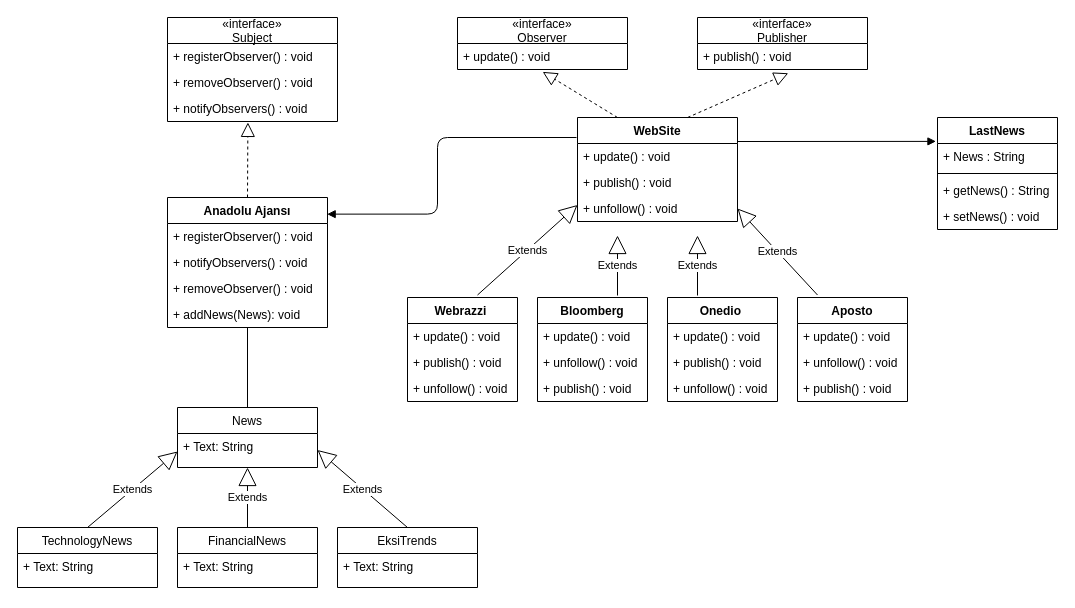
Earlier version of the draw.io diagram observer-pattern/observerpattern.drawio (solmazumut/Design-Patterns). Source tidied: cells renumbered, new cells numbered last; positions are measured from the earlier drawing's top-left corner, leaving out a move shared by most shapes. Both pictures are drawn from the tidied source at 100%, with x=0, y=0 at pixel (17, 17).
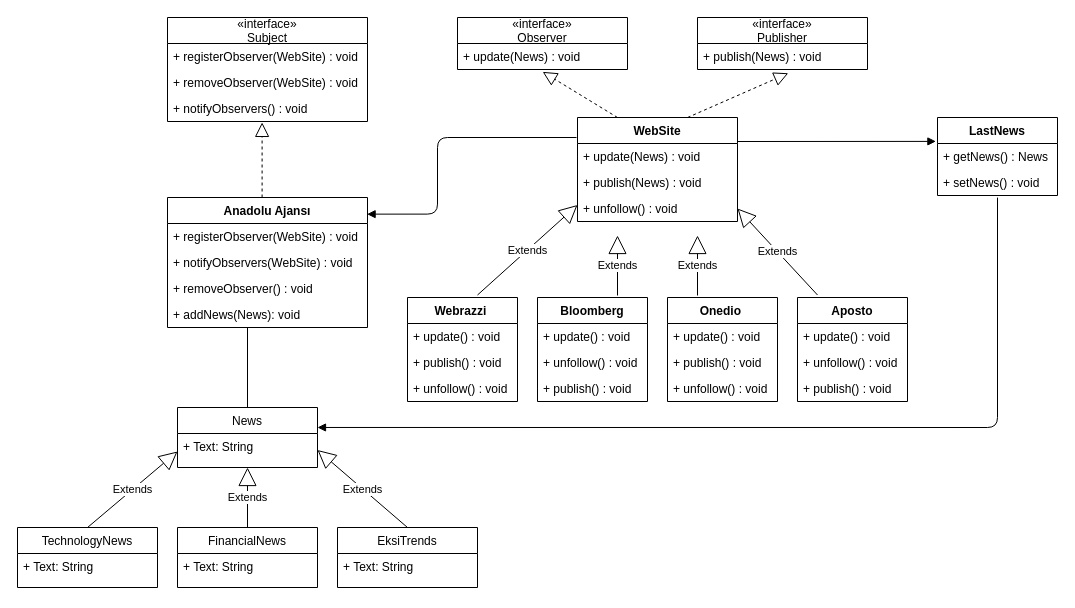
The same page after the edit.

Unchanged cells that the change refers to:
```xml
<mxCell id="2" value="News" style="swimlane;fontStyle=0;horizontal=1;startSize=26;fillColor=none;" parent="1" vertex="1">
  <mxGeometry x="160" y="390" width="140" height="60" as="geometry" />
</mxCell>
<mxCell id="15" value="«interface»&#10;Observer" style="swimlane;fontStyle=0;horizontal=1;startSize=26;fillColor=none;" parent="1" vertex="1">
  <mxGeometry x="440" width="170" height="52" as="geometry" />
</mxCell>
<mxCell id="25" value="«interface»&#10;Publisher" style="swimlane;fontStyle=0;horizontal=1;startSize=26;fillColor=none;" parent="1" vertex="1">
  <mxGeometry x="680" width="170" height="52" as="geometry" />
</mxCell>
<mxCell id="27" value="WebSite" style="swimlane;fontStyle=1;align=center;verticalAlign=top;horizontal=1;startSize=26;" parent="1" vertex="1">
  <mxGeometry x="560" y="100" width="160" height="104" as="geometry" />
</mxCell>
```

What changed in the source:
```diff
@@
     <mxCell id="11" value="«interface»&#10;Subject" style="swimlane;fontStyle=0;horizontal=1;startSize=26;fillColor=none;" parent="1" vertex="1">
-      <mxGeometry x="150" width="170" height="104" as="geometry" />
+      <mxGeometry x="150" width="200" height="104" as="geometry" />
     </mxCell>
-    <mxCell id="12" value="+ registerObserver() : void" style="text;strokeColor=none;fillColor=none;align=left;verticalAlign=top;spacingLeft=4;spacingRight=4;overflow=hidden;" parent="11" vertex="1">
-      <mxGeometry y="26" width="170" height="26" as="geometry" />
+    <mxCell id="12" value="+ registerObserver(WebSite) : void" style="text;strokeColor=none;fillColor=none;align=left;verticalAlign=top;spacingLeft=4;spacingRight=4;overflow=hidden;" parent="11" vertex="1">
+      <mxGeometry y="26" width="200" height="26" as="geometry" />
     </mxCell>
-    <mxCell id="13" value="+ removeObserver() : void" style="text;strokeColor=none;fillColor=none;align=left;verticalAlign=top;spacingLeft=4;spacingRight=4;overflow=hidden;" parent="11" vertex="1">
-      <mxGeometry y="52" width="170" height="26" as="geometry" />
+    <mxCell id="13" value="+ removeObserver(WebSite) : void" style="text;strokeColor=none;fillColor=none;align=left;verticalAlign=top;spacingLeft=4;spacingRight=4;overflow=hidden;" parent="11" vertex="1">
+      <mxGeometry y="52" width="200" height="26" as="geometry" />
     </mxCell>
     <mxCell id="14" value="+ notifyObservers() : void" style="text;strokeColor=none;fillColor=none;align=left;verticalAlign=top;spacingLeft=4;spacingRight=4;overflow=hidden;points=[[0,0.5],[1,0.5]];portConstraint=eastwest;" parent="11" vertex="1">
-      <mxGeometry y="78" width="170" height="26" as="geometry" />
+      <mxGeometry y="78" width="200" height="26" as="geometry" />
     </mxCell>
@@
-    <mxCell id="16" value="+ update() : void" style="text;strokeColor=none;fillColor=none;align=left;verticalAlign=top;spacingLeft=4;spacingRight=4;overflow=hidden;points=[[0,0.5],[1,0.5]];portConstraint=eastwest;" parent="15" vertex="1">
+    <mxCell id="16" value="+ update(News) : void" style="text;strokeColor=none;fillColor=none;align=left;verticalAlign=top;spacingLeft=4;spacingRight=4;overflow=hidden;points=[[0,0.5],[1,0.5]];portConstraint=eastwest;" parent="15" vertex="1">
       <mxGeometry y="26" width="170" height="26" as="geometry" />
     </mxCell>
     <mxCell id="17" value="Anadolu Ajansı" style="swimlane;fontStyle=1;align=center;verticalAlign=top;horizontal=1;startSize=26;" parent="1" vertex="1">
-      <mxGeometry x="150" y="180" width="160" height="130" as="geometry" />
+      <mxGeometry x="150" y="180" width="200" height="130" as="geometry" />
     </mxCell>
-    <mxCell id="18" value="+ registerObserver() : void" style="text;strokeColor=none;fillColor=none;align=left;verticalAlign=top;spacingLeft=4;spacingRight=4;overflow=hidden;" parent="17" vertex="1">
-      <mxGeometry y="26" width="160" height="26" as="geometry" />
+    <mxCell id="18" value="+ registerObserver(WebSite) : void" style="text;strokeColor=none;fillColor=none;align=left;verticalAlign=top;spacingLeft=4;spacingRight=4;overflow=hidden;" parent="17" vertex="1">
+      <mxGeometry y="26" width="200" height="26" as="geometry" />
     </mxCell>
-    <mxCell id="19" value="+ notifyObservers() : void" style="text;strokeColor=none;fillColor=none;align=left;verticalAlign=top;spacingLeft=4;spacingRight=4;overflow=hidden;" parent="17" vertex="1">
-      <mxGeometry y="52" width="160" height="26" as="geometry" />
+    <mxCell id="19" value="+ notifyObservers(WebSite) : void" style="text;strokeColor=none;fillColor=none;align=left;verticalAlign=top;spacingLeft=4;spacingRight=4;overflow=hidden;" parent="17" vertex="1">
+      <mxGeometry y="52" width="200" height="26" as="geometry" />
     </mxCell>
     <mxCell id="20" value="+ removeObserver() : void" style="text;strokeColor=none;fillColor=none;align=left;verticalAlign=top;spacingLeft=4;spacingRight=4;overflow=hidden;" parent="17" vertex="1">
-      <mxGeometry y="78" width="160" height="26" as="geometry" />
+      <mxGeometry y="78" width="200" height="26" as="geometry" />
     </mxCell>
     <mxCell id="21" value="+ addNews(News): void" style="text;strokeColor=none;fillColor=none;align=left;verticalAlign=top;spacingLeft=4;spacingRight=4;overflow=hidden;" parent="17" vertex="1">
-      <mxGeometry y="104" width="160" height="26" as="geometry" />
+      <mxGeometry y="104" width="200" height="26" as="geometry" />
     </mxCell>
@@
-    <mxCell id="24" style="endArrow=block;dashed=1;endFill=0;endSize=12;html=1;exitX=0.5;exitY=0;exitDx=0;exitDy=0;entryX=0.473;entryY=1.035;entryDx=0;entryDy=0;entryPerimeter=0;" parent="1" edge="1" source="17" target="14">
+    <mxCell id="24" style="endArrow=block;dashed=1;endFill=0;endSize=12;html=1;exitX=0.473;exitY=0;exitDx=0;exitDy=0;entryX=0.473;entryY=1.035;entryDx=0;entryDy=0;entryPerimeter=0;exitPerimeter=0;" parent="1" edge="1" source="17" target="14">
       <mxGeometry relative="1" as="geometry" />
     </mxCell>
@@
-    <mxCell id="26" value="+ publish() : void" style="text;strokeColor=none;fillColor=none;align=left;verticalAlign=top;spacingLeft=4;spacingRight=4;overflow=hidden;points=[[0,0.5],[1,0.5]];portConstraint=eastwest;" parent="25" vertex="1">
+    <mxCell id="26" value="+ publish(News) : void" style="text;strokeColor=none;fillColor=none;align=left;verticalAlign=top;spacingLeft=4;spacingRight=4;overflow=hidden;points=[[0,0.5],[1,0.5]];portConstraint=eastwest;" parent="25" vertex="1">
       <mxGeometry y="26" width="170" height="26" as="geometry" />
     </mxCell>
@@
-    <mxCell id="28" value="+ update() : void" style="text;strokeColor=none;fillColor=none;align=left;verticalAlign=top;spacingLeft=4;spacingRight=4;overflow=hidden;" parent="27" vertex="1">
+    <mxCell id="28" value="+ update(News) : void" style="text;strokeColor=none;fillColor=none;align=left;verticalAlign=top;spacingLeft=4;spacingRight=4;overflow=hidden;" parent="27" vertex="1">
       <mxGeometry y="26" width="160" height="26" as="geometry" />
     </mxCell>
-    <mxCell id="29" value="+ publish() : void" style="text;strokeColor=none;fillColor=none;align=left;verticalAlign=top;spacingLeft=4;spacingRight=4;overflow=hidden;" parent="27" vertex="1">
+    <mxCell id="29" value="+ publish(News) : void" style="text;strokeColor=none;fillColor=none;align=left;verticalAlign=top;spacingLeft=4;spacingRight=4;overflow=hidden;" parent="27" vertex="1">
       <mxGeometry y="52" width="160" height="26" as="geometry" />
     </mxCell>
@@
     <mxCell id="55" value="LastNews" style="swimlane;fontStyle=1;align=center;verticalAlign=top;horizontal=1;startSize=26;" parent="1" vertex="1">
-      <mxGeometry x="920" y="100" width="120" height="112" as="geometry" />
+      <mxGeometry x="920" y="100" width="120" height="78" as="geometry" />
     </mxCell>
-    <mxCell id="56" value="+ News : String" style="text;strokeColor=none;fillColor=none;align=left;verticalAlign=top;spacingLeft=4;spacingRight=4;overflow=hidden;points=[[0,0.5],[1,0.5]];portConstraint=eastwest;" parent="55" vertex="1">
-      <mxGeometry y="26" width="120" height="26" as="geometry" />
-    </mxCell>
-    <mxCell id="57" style="line;strokeWidth=1;fillColor=none;align=left;verticalAlign=middle;spacingTop=-1;spacingLeft=3;spacingRight=3;labelPosition=right;" parent="55" vertex="1">
-      <mxGeometry y="52" width="120" height="8" as="geometry" />
-    </mxCell>
-    <mxCell id="58" value="+ getNews() : String" style="text;strokeColor=none;fillColor=none;align=left;verticalAlign=top;spacingLeft=4;spacingRight=4;overflow=hidden;" parent="55" vertex="1">
-      <mxGeometry y="60" width="120" height="26" as="geometry" />
+    <mxCell id="58" value="+ getNews() : News" style="text;strokeColor=none;fillColor=none;align=left;verticalAlign=top;spacingLeft=4;spacingRight=4;overflow=hidden;" parent="55" vertex="1">
+      <mxGeometry y="26" width="120" height="26" as="geometry" />
     </mxCell>
     <mxCell id="59" value="+ setNews() : void" style="text;strokeColor=none;fillColor=none;align=left;verticalAlign=top;spacingLeft=4;spacingRight=4;overflow=hidden;" parent="55" vertex="1">
-      <mxGeometry y="86" width="120" height="26" as="geometry" />
+      <mxGeometry y="52" width="120" height="26" as="geometry" />
     </mxCell>
-    <mxCell id="60" style="endArrow=block;endFill=1;html=1;edgeStyle=orthogonalEdgeStyle;align=left;verticalAlign=top;entryX=-0.013;entryY=-0.081;entryDx=0;entryDy=0;entryPerimeter=0;" parent="1" edge="1" target="56">
+    <mxCell id="60" style="endArrow=block;endFill=1;html=1;edgeStyle=orthogonalEdgeStyle;align=left;verticalAlign=top;entryX=-0.013;entryY=-0.081;entryDx=0;entryDy=0;entryPerimeter=0;" parent="1" edge="1">
       <mxGeometry x="-1" relative="1" as="geometry">
         <mxPoint x="720" y="124" as="sourcePoint" />
+        <mxPoint x="918.4" y="123.9" as="targetPoint" />
         <Array as="points">
           <mxPoint x="720" y="124" />
         </Array>
       </mxGeometry>
     </mxCell>
+    <mxCell id="61" style="endArrow=block;endFill=1;html=1;edgeStyle=orthogonalEdgeStyle;align=left;verticalAlign=top;entryX=1;entryY=0.333;entryDx=0;entryDy=0;entryPerimeter=0;" parent="1" edge="1" target="2">
+      <mxGeometry x="-1" relative="1" as="geometry">
+        <mxPoint x="980" y="180.1" as="sourcePoint" />
+        <Array as="points">
+          <mxPoint x="980" y="410" />
+        </Array>
+      </mxGeometry>
+    </mxCell>
```
